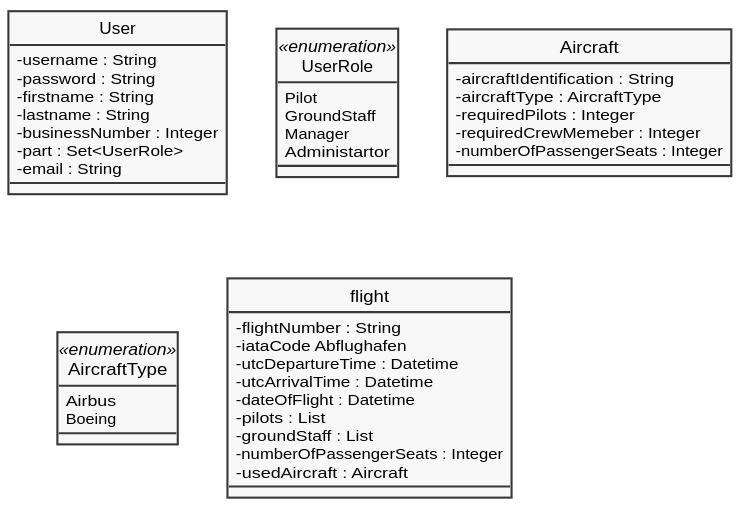
calvingehrer/AustrianAirlines keeps this PlantUML diagram as diagram/class.svg. Above is the earlier version.
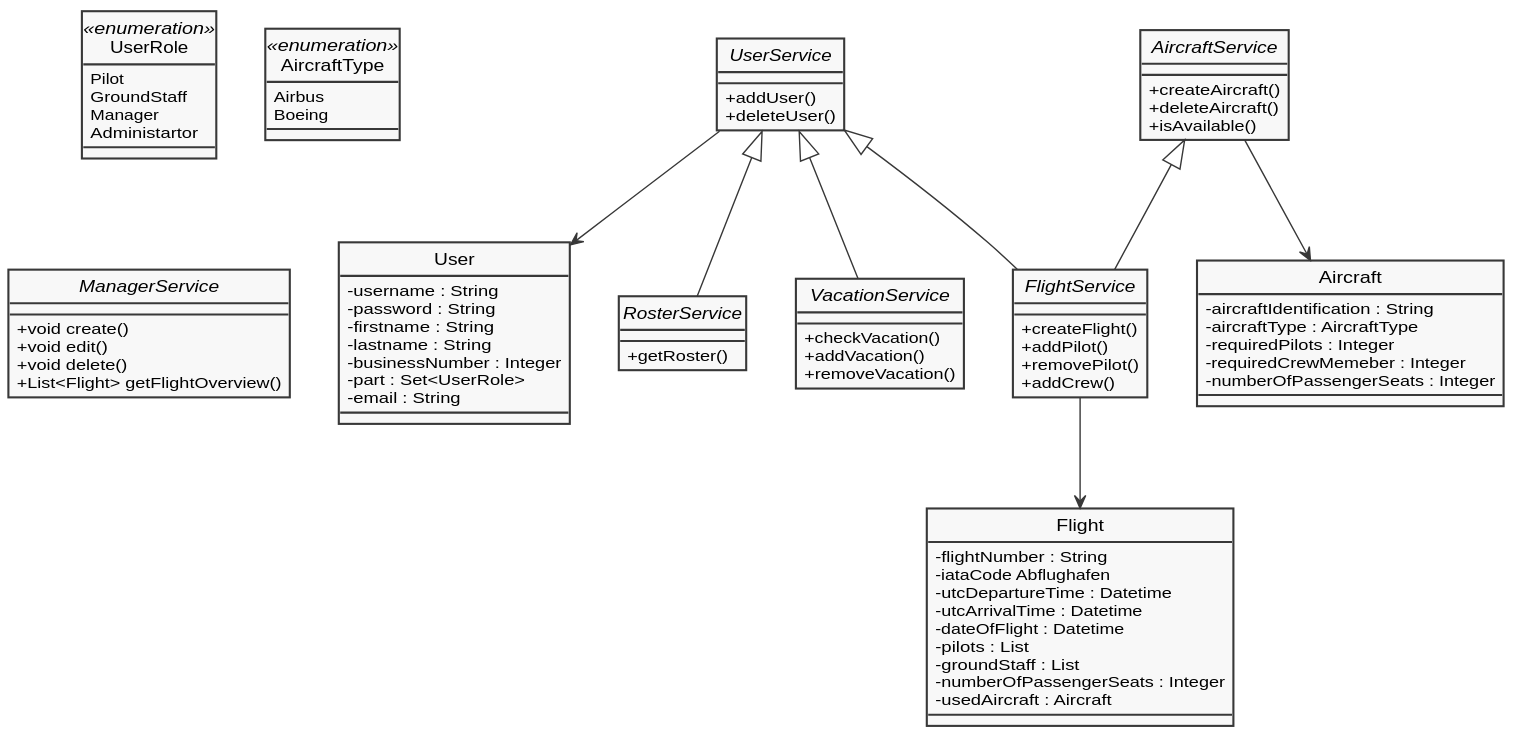
Later version of the same file.

Commit message:
UML-Class Diagram

Diff of the diagram source:
```diff
@@ -35,7 +35,7 @@
     Boeing
 }
 
-class flight {
+class Flight {
     - flightNumber : String
     - iataCode Abflughafen
     - utcDepartureTime : Datetime
@@ -47,4 +47,47 @@
     - usedAircraft : Aircraft
 }
 
+interface ManagerService {
+    + void create()
+    + void edit()
+    + void delete()
+    + List<Flight> getFlightOverview()
+}
+
+interface FlightService {
+    + createFlight()
+    + addPilot()
+    + removePilot()
+    + addCrew()
+}
+
+interface AircraftService {
+    + createAircraft()
+    + deleteAircraft()
+    + isAvailable()
+}
+
+interface UserService {
+    + addUser()
+    + deleteUser()
+}
+
+interface RosterService {
+    + getRoster()
+}
+
+interface VacationService {
+    + checkVacation()
+    + addVacation()
+    + removeVacation()
+}
+
+UserService --> User
+UserService <|-- VacationService
+UserService <|-- RosterService
+UserService <|-- FlightService
+AircraftService <|-- FlightService
+FlightService --> Flight
+AircraftService --> Aircraft
+
 @enduml
```
